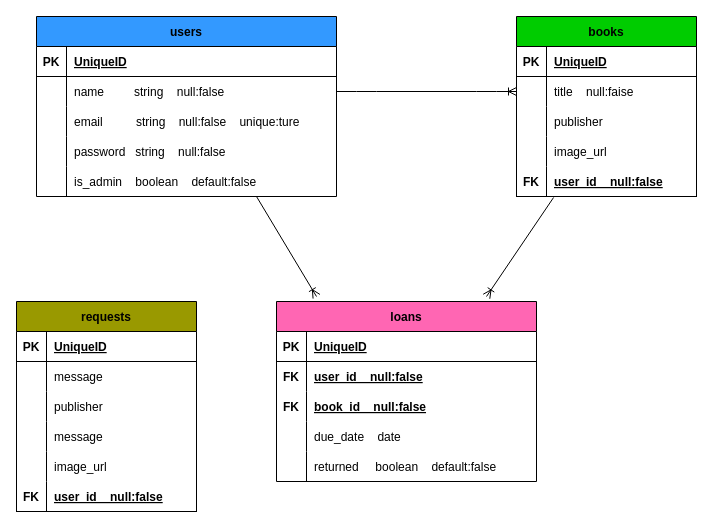
Above: app/bookhub.dio in miopanda/book_hub (draw.io), before the change. Source tidied: cells renumbered, new cells numbered last; positions are measured from the earlier drawing's top-left corner, leaving out a move shared by most shapes. Both pictures are drawn from the tidied source at 100%, with x=0, y=0 at pixel (16, 16).
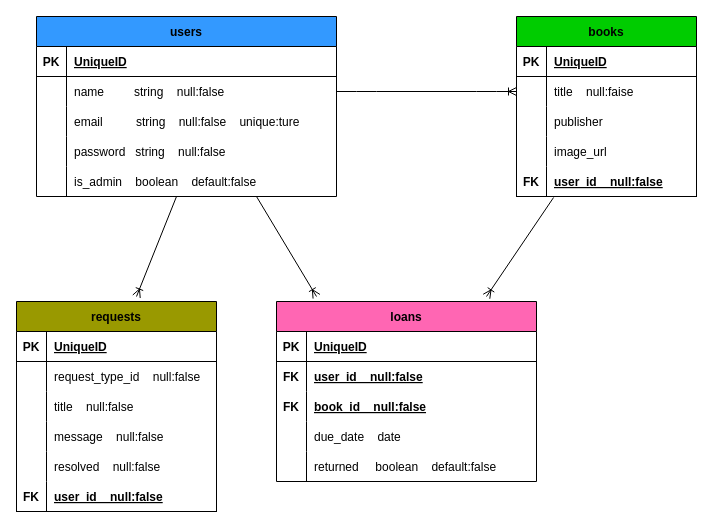
The same diagram, later.

Change to the diagram source:
```diff
@@
     <mxCell id="53" value="requests" style="shape=table;startSize=30;childLayout=tableLayout;rowLines=0;fontStyle=1;align=center;fillColor=#999900;" parent="1" vertex="1">
-      <mxGeometry y="285" width="180" height="210" as="geometry" />
+      <mxGeometry y="285" width="200" height="210" as="geometry" />
     </mxCell>
     <mxCell id="54" style="shape=tableRow;horizontal=0;startSize=0;swimlaneHead=0;swimlaneBody=0;fillColor=none;top=0;left=0;right=0;bottom=1;" parent="53" vertex="1">
-      <mxGeometry y="30" width="180" height="30" as="geometry" />
+      <mxGeometry y="30" width="200" height="30" as="geometry" />
     </mxCell>
@@
     <mxCell id="56" value="UniqueID" style="shape=partialRectangle;fillColor=none;top=0;left=0;bottom=0;right=0;align=left;spacingLeft=6;fontStyle=5;overflow=hidden;" parent="54" vertex="1">
-      <mxGeometry x="30" width="150" height="30" as="geometry" />
+      <mxGeometry x="30" width="170" height="30" as="geometry" />
     </mxCell>
     <mxCell id="57" style="shape=tableRow;horizontal=0;startSize=0;swimlaneHead=0;swimlaneBody=0;fillColor=none;top=0;left=0;right=0;bottom=0;" parent="53" vertex="1">
-      <mxGeometry y="60" width="180" height="30" as="geometry" />
+      <mxGeometry y="60" width="200" height="30" as="geometry" />
     </mxCell>
@@
-    <mxCell id="59" value="message" style="shape=partialRectangle;fillColor=none;top=0;left=0;bottom=0;right=0;align=left;spacingLeft=6;overflow=hidden;" parent="57" vertex="1">
-      <mxGeometry x="30" width="150" height="30" as="geometry" />
+    <mxCell id="59" value="request_type_id    null:false" style="shape=partialRectangle;fillColor=none;top=0;left=0;bottom=0;right=0;align=left;spacingLeft=6;overflow=hidden;" parent="57" vertex="1">
+      <mxGeometry x="30" width="170" height="30" as="geometry" />
     </mxCell>
     <mxCell id="60" style="shape=tableRow;horizontal=0;startSize=0;swimlaneHead=0;swimlaneBody=0;fillColor=none;top=0;left=0;right=0;bottom=0;" parent="53" vertex="1">
-      <mxGeometry y="90" width="180" height="30" as="geometry" />
+      <mxGeometry y="90" width="200" height="30" as="geometry" />
     </mxCell>
@@
-    <mxCell id="62" value="publisher" style="shape=partialRectangle;fillColor=none;top=0;left=0;bottom=0;right=0;align=left;spacingLeft=6;overflow=hidden;" parent="60" vertex="1">
-      <mxGeometry x="30" width="150" height="30" as="geometry" />
+    <mxCell id="62" value="title    null:false" style="shape=partialRectangle;fillColor=none;top=0;left=0;bottom=0;right=0;align=left;spacingLeft=6;overflow=hidden;" parent="60" vertex="1">
+      <mxGeometry x="30" width="170" height="30" as="geometry" />
     </mxCell>
     <mxCell id="63" style="shape=tableRow;horizontal=0;startSize=0;swimlaneHead=0;swimlaneBody=0;fillColor=none;top=0;left=0;right=0;bottom=0;" parent="53" vertex="1">
-      <mxGeometry y="120" width="180" height="30" as="geometry" />
+      <mxGeometry y="120" width="200" height="30" as="geometry" />
     </mxCell>
@@
-    <mxCell id="65" value="message" style="shape=partialRectangle;fillColor=none;top=0;left=0;bottom=0;right=0;align=left;spacingLeft=6;overflow=hidden;" parent="63" vertex="1">
-      <mxGeometry x="30" width="150" height="30" as="geometry" />
+    <mxCell id="65" value="message    null:false" style="shape=partialRectangle;fillColor=none;top=0;left=0;bottom=0;right=0;align=left;spacingLeft=6;overflow=hidden;" parent="63" vertex="1">
+      <mxGeometry x="30" width="170" height="30" as="geometry" />
     </mxCell>
     <mxCell id="66" style="shape=tableRow;horizontal=0;startSize=0;swimlaneHead=0;swimlaneBody=0;fillColor=none;top=0;left=0;right=0;bottom=0;" parent="53" vertex="1">
-      <mxGeometry y="150" width="180" height="30" as="geometry" />
+      <mxGeometry y="150" width="200" height="30" as="geometry" />
     </mxCell>
@@
-    <mxCell id="68" value="image_url" style="shape=partialRectangle;fillColor=none;top=0;left=0;bottom=0;right=0;align=left;spacingLeft=6;overflow=hidden;" parent="66" vertex="1">
-      <mxGeometry x="30" width="150" height="30" as="geometry" />
+    <mxCell id="68" value="resolved    null:false" style="shape=partialRectangle;fillColor=none;top=0;left=0;bottom=0;right=0;align=left;spacingLeft=6;overflow=hidden;" parent="66" vertex="1">
+      <mxGeometry x="30" width="170" height="30" as="geometry" />
     </mxCell>
     <mxCell id="69" style="shape=tableRow;horizontal=0;startSize=0;swimlaneHead=0;swimlaneBody=0;fillColor=none;top=0;left=0;right=0;bottom=1;" parent="53" vertex="1">
-      <mxGeometry y="180" width="180" height="30" as="geometry" />
+      <mxGeometry y="180" width="200" height="30" as="geometry" />
     </mxCell>
@@
     <mxCell id="71" value="user_id    null:false" style="shape=partialRectangle;fillColor=none;top=0;left=0;bottom=0;right=0;align=left;spacingLeft=6;fontStyle=5;overflow=hidden;" parent="69" vertex="1">
-      <mxGeometry x="30" width="150" height="30" as="geometry" />
+      <mxGeometry x="30" width="170" height="30" as="geometry" />
     </mxCell>
+    <mxCell id="72" style="fontSize=12;html=1;endArrow=ERoneToMany;" parent="1" edge="1">
+      <mxGeometry relative="1" as="geometry">
+        <mxPoint x="160" y="180" as="sourcePoint" />
+        <mxPoint x="120" y="280" as="targetPoint" />
+      </mxGeometry>
+    </mxCell>
```
